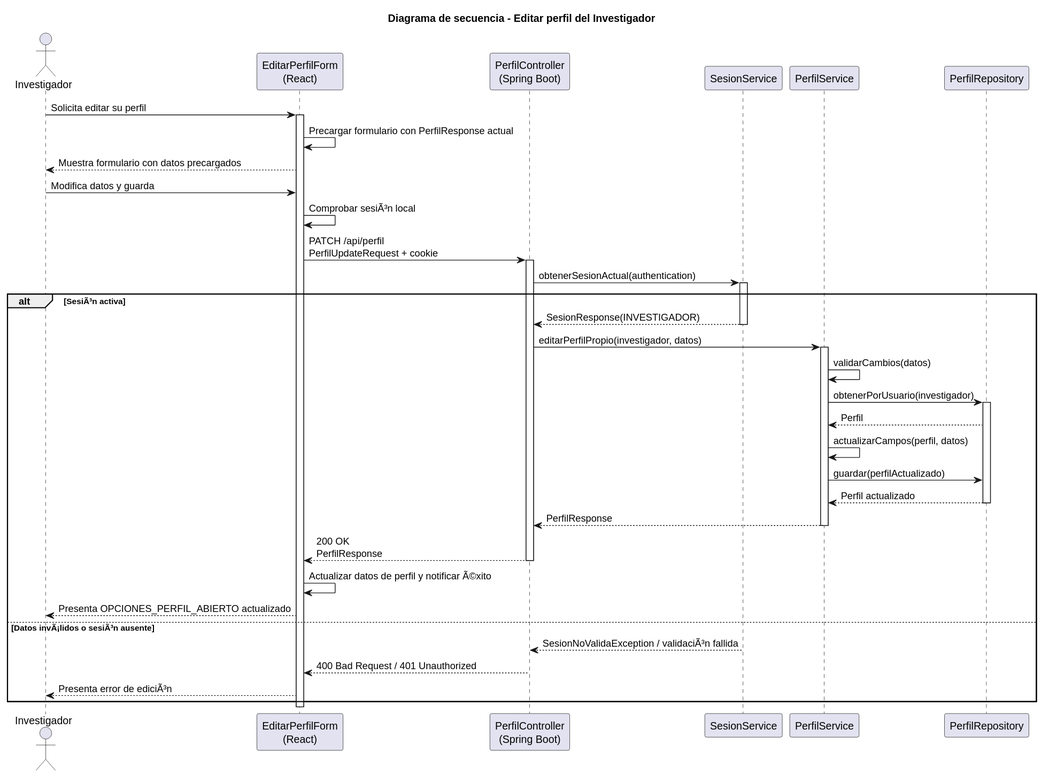
Earlier version of the PlantUML export images/RUP/02-diseño/casos-uso/investigador/editarPerfil/secuencia.svg (beatriizorozco/25-26-idsw2-sdVC).
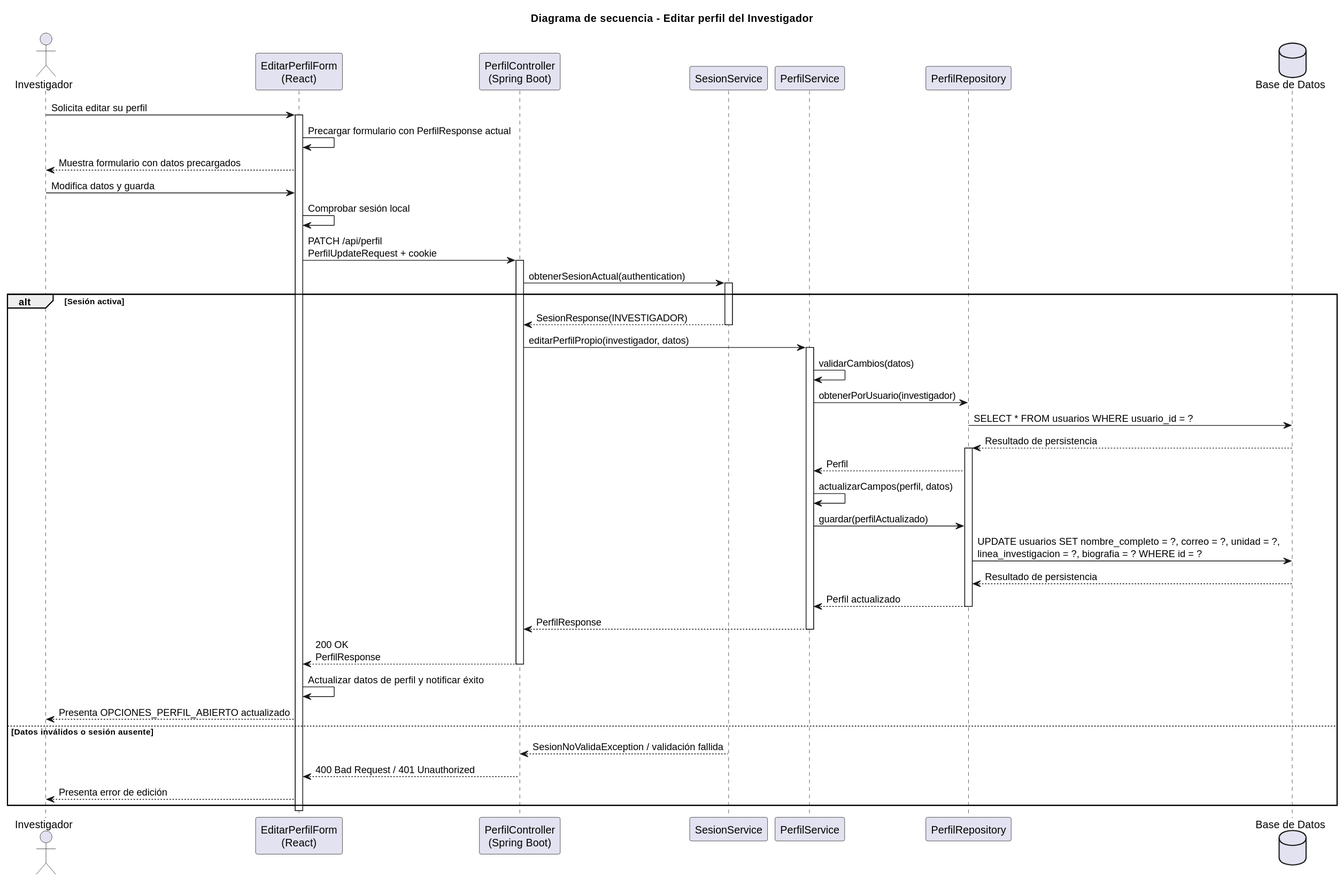
Above is the later version.

Change to the diagram source:
```diff
@@ -7,42 +7,47 @@
 participant "SesionService" as Sesion
 participant "PerfilService" as PerfilService
 participant "PerfilRepository" as PerfilRepository
+database "Base de Datos" as DB
 
 Investigador -> Frontend: Solicita editar su perfil
 activate Frontend
 Frontend -> Frontend: Precargar formulario con PerfilResponse actual
 Frontend --> Investigador: Muestra formulario con datos precargados
 Investigador -> Frontend: Modifica datos y guarda
-Frontend -> Frontend: Comprobar sesiÃ³n local
+Frontend -> Frontend: Comprobar sesión local
 Frontend -> Api: PATCH /api/perfil\nPerfilUpdateRequest + cookie
 activate Api
 Api -> Sesion: obtenerSesionActual(authentication)
 activate Sesion
-alt SesiÃ³n activa
+alt Sesión activa
     Sesion --> Api: SesionResponse(INVESTIGADOR)
     deactivate Sesion
     Api -> PerfilService: editarPerfilPropio(investigador, datos)
     activate PerfilService
     PerfilService -> PerfilService: validarCambios(datos)
     PerfilService -> PerfilRepository: obtenerPorUsuario(investigador)
+    PerfilRepository -> DB: SELECT * FROM usuarios WHERE usuario_id = ?
+    DB --> PerfilRepository: Resultado de persistencia
     activate PerfilRepository
     PerfilRepository --> PerfilService: Perfil
     PerfilService -> PerfilService: actualizarCampos(perfil, datos)
     PerfilService -> PerfilRepository: guardar(perfilActualizado)
+    PerfilRepository -> DB: UPDATE usuarios SET nombre_completo = ?, correo = ?, unidad = ?,\nlinea_investigacion = ?, biografia = ? WHERE id = ?
+    DB --> PerfilRepository: Resultado de persistencia
     PerfilRepository --> PerfilService: Perfil actualizado
     deactivate PerfilRepository
     PerfilService --> Api: PerfilResponse
     deactivate PerfilService
     Api --> Frontend: 200 OK\nPerfilResponse
     deactivate Api
-    Frontend -> Frontend: Actualizar datos de perfil y notificar Ã©xito
+    Frontend -> Frontend: Actualizar datos de perfil y notificar éxito
     Frontend --> Investigador: Presenta OPCIONES_PERFIL_ABIERTO actualizado
-else Datos invÃ¡lidos o sesiÃ³n ausente
-    Sesion --> Api: SesionNoValidaException / validaciÃ³n fallida
+else Datos inválidos o sesión ausente
+    Sesion --> Api: SesionNoValidaException / validación fallida
     deactivate Sesion
     Api --> Frontend: 400 Bad Request / 401 Unauthorized
     deactivate Api
-    Frontend --> Investigador: Presenta error de ediciÃ³n
+    Frontend --> Investigador: Presenta error de edición
 end
 deactivate Frontend
 @enduml
```
